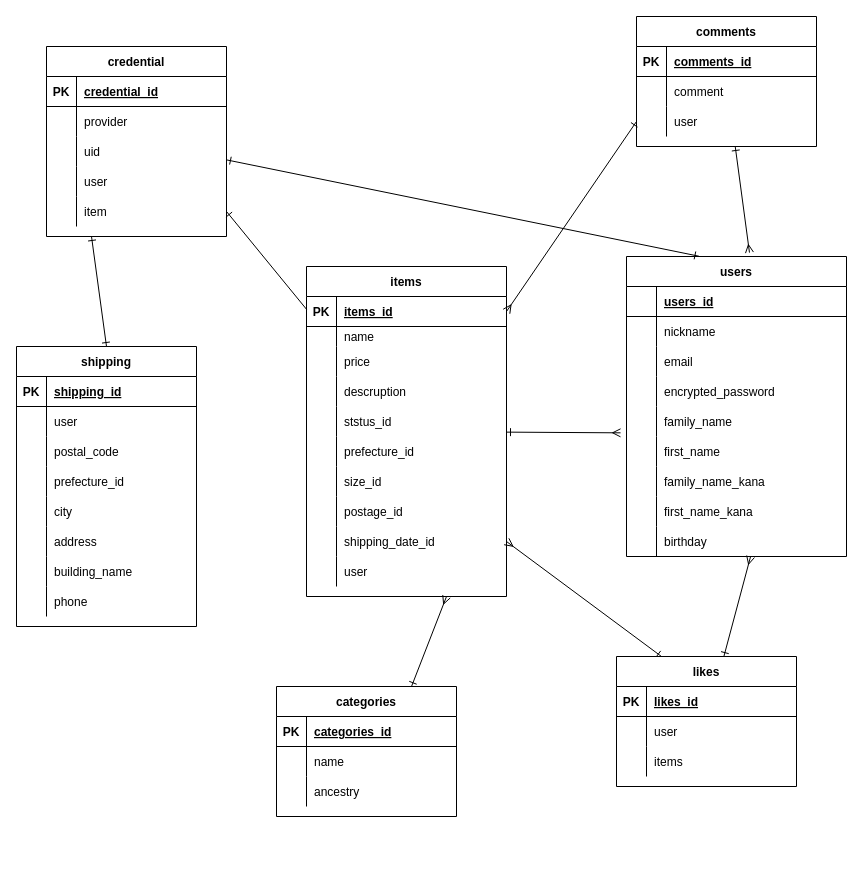
Earlier version of the draw.io diagram se.dio (masyu0039/furima-38560). Source tidied: cells renumbered, new cells numbered last; positions are measured from the earlier drawing's top-left corner, leaving out a move shared by most shapes. Both pictures are drawn from the tidied source at 100%, with x=0, y=0 at pixel (16, 16).
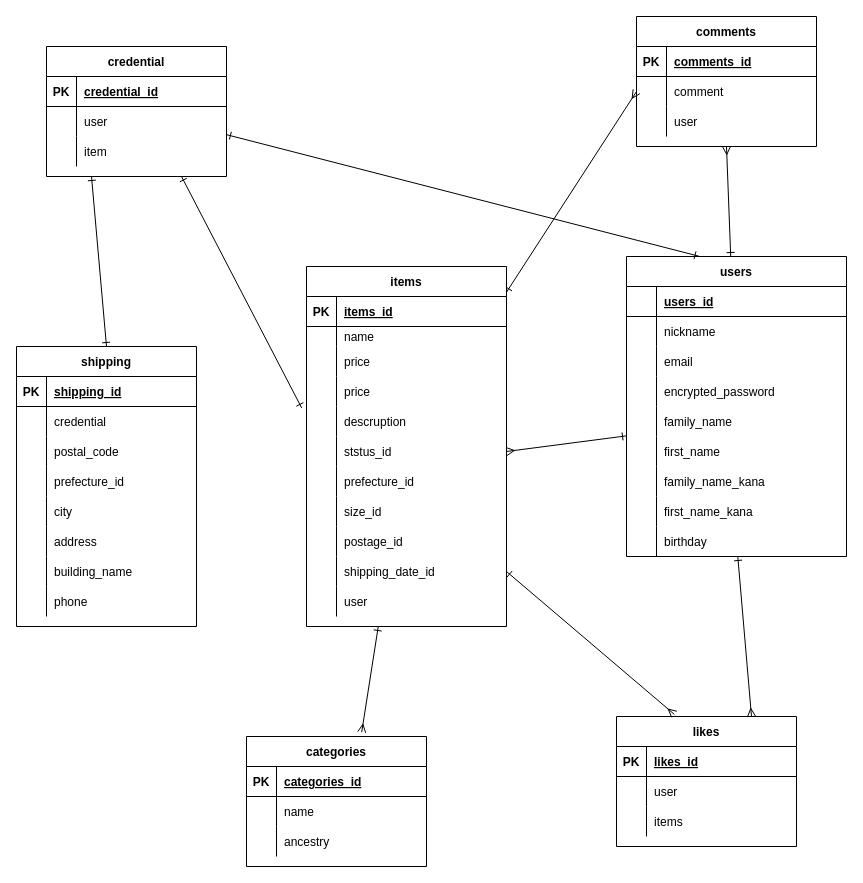
The same diagram, later.

Unchanged cells that the change refers to:
```xml
<mxCell id="2" value="users" style="shape=table;startSize=30;childLayout=tableLayout;rowLines=0;fontStyle=1;align=center;" parent="1" vertex="1">
  <mxGeometry x="610" y="240" width="220" height="300" as="geometry" />
</mxCell>
<mxCell id="15" style="shape=partialRectangle;fillColor=none;top=0;left=0;bottom=0;right=0;points=[[0,0.5],[1,0.5]];portConstraint=eastwest;" parent="2" vertex="1">
  <mxGeometry y="150" width="220" height="30" as="geometry" />
</mxCell>
<mxCell id="27" style="shape=partialRectangle;fillColor=none;top=0;left=0;bottom=0;right=0;points=[[0,0.5],[1,0.5]];portConstraint=eastwest;" parent="2" vertex="1">
  <mxGeometry y="270" width="220" height="30" as="geometry" />
</mxCell>
<mxCell id="34" style="shape=partialRectangle;fillColor=none;top=0;left=0;bottom=0;right=0;" parent="30" vertex="1">
  <mxGeometry y="60" width="180" height="30" as="geometry" />
</mxCell>
<mxCell id="74" value="comments" style="shape=table;startSize=30;childLayout=tableLayout;rowLines=0;fontStyle=1;align=center;" parent="1" vertex="1">
  <mxGeometry x="620" width="180" height="130" as="geometry" />
</mxCell>
<mxCell id="78" style="shape=partialRectangle;fillColor=none;top=0;left=0;bottom=0;right=0;points=[[0,0.5],[1,0.5]];portConstraint=eastwest;" parent="74" vertex="1">
  <mxGeometry y="60" width="180" height="30" as="geometry" />
</mxCell>
<mxCell id="81" style="shape=partialRectangle;fillColor=none;top=0;left=0;bottom=0;right=0;points=[[0,0.5],[1,0.5]];portConstraint=eastwest;" parent="74" vertex="1">
  <mxGeometry y="90" width="180" height="30" as="geometry" />
</mxCell>
<mxCell id="110" style="shape=partialRectangle;fillColor=none;top=0;left=0;bottom=1;right=0;points=[[0,0.5],[1,0.5]];portConstraint=eastwest;" parent="109" vertex="1">
  <mxGeometry y="30" width="200" height="30" as="geometry" />
</mxCell>
```

Change to the diagram source:
```diff
@@
+    <mxCell id="141" style="edgeStyle=none;html=1;entryX=0.5;entryY=1;entryDx=0;entryDy=0;startArrow=ERone;startFill=0;endArrow=ERmany;endFill=0;" parent="1" edge="1" source="2" target="74">
+      <mxGeometry relative="1" as="geometry" />
+    </mxCell>
@@
-    <mxCell id="36" value="user" style="shape=partialRectangle;fillColor=none;top=0;left=0;bottom=0;right=0;align=left;spacingLeft=6;overflow=hidden;" parent="34" vertex="1">
+    <mxCell id="36" value="credential" style="shape=partialRectangle;fillColor=none;top=0;left=0;bottom=0;right=0;align=left;spacingLeft=6;overflow=hidden;" parent="34" vertex="1">
       <mxGeometry x="30" width="150" height="30" as="geometry" />
     </mxCell>
@@
+    <mxCell id="142" style="edgeStyle=none;html=1;exitX=0.75;exitY=1;exitDx=0;exitDy=0;entryX=-0.024;entryY=0.049;entryDx=0;entryDy=0;entryPerimeter=0;startArrow=ERone;startFill=0;endArrow=ERone;endFill=0;" parent="1" edge="1" source="57" target="119">
+      <mxGeometry relative="1" as="geometry" />
+    </mxCell>
     <mxCell id="57" value="credential" style="shape=table;startSize=30;childLayout=tableLayout;rowLines=0;fontStyle=1;align=center;" parent="1" vertex="1">
-      <mxGeometry x="30" y="30" width="180" height="190" as="geometry" />
+      <mxGeometry x="30" y="30" width="180" height="130" as="geometry" />
     </mxCell>
@@
-    <mxCell id="61" style="shape=partialRectangle;fillColor=none;top=0;left=0;bottom=0;right=0;" parent="57" vertex="1">
-      <mxGeometry y="60" width="180" height="30" as="geometry" />
-    </mxCell>
-    <mxCell id="62" style="shape=partialRectangle;fillColor=none;top=0;left=0;bottom=0;right=0;overflow=hidden;" parent="61" vertex="1">
-      <mxGeometry width="30" height="30" as="geometry" />
-    </mxCell>
-    <mxCell id="63" value="provider" style="shape=partialRectangle;fillColor=none;top=0;left=0;bottom=0;right=0;align=left;spacingLeft=6;overflow=hidden;" parent="61" vertex="1">
-      <mxGeometry x="30" width="150" height="30" as="geometry" />
-    </mxCell>
-    <mxCell id="64" style="shape=partialRectangle;fillColor=none;top=0;left=0;bottom=0;right=0;" parent="57" vertex="1">
-      <mxGeometry y="90" width="180" height="30" as="geometry" />
-    </mxCell>
-    <mxCell id="65" style="shape=partialRectangle;fillColor=none;top=0;left=0;bottom=0;right=0;overflow=hidden;" parent="64" vertex="1">
-      <mxGeometry width="30" height="30" as="geometry" />
-    </mxCell>
-    <mxCell id="66" value="uid" style="shape=partialRectangle;fillColor=none;top=0;left=0;bottom=0;right=0;align=left;spacingLeft=6;overflow=hidden;" parent="64" vertex="1">
-      <mxGeometry x="30" width="150" height="30" as="geometry" />
-    </mxCell>
     <mxCell id="67" style="shape=partialRectangle;fillColor=none;top=0;left=0;bottom=0;right=0;" parent="57" vertex="1">
-      <mxGeometry y="120" width="180" height="30" as="geometry" />
+      <mxGeometry y="60" width="180" height="30" as="geometry" />
     </mxCell>
@@
     <mxCell id="70" style="shape=partialRectangle;fillColor=none;top=0;left=0;bottom=0;right=0;points=[[0,0.5],[1,0.5]];portConstraint=eastwest;" parent="57" vertex="1">
-      <mxGeometry y="150" width="180" height="30" as="geometry" />
+      <mxGeometry y="90" width="180" height="30" as="geometry" />
     </mxCell>
@@
-    <mxCell id="73" style="edgeStyle=none;html=1;entryX=0.559;entryY=-0.013;entryDx=0;entryDy=0;entryPerimeter=0;startArrow=ERone;startFill=0;endArrow=ERmany;endFill=0;" parent="1" edge="1" source="74" target="2">
-      <mxGeometry relative="1" as="geometry" />
-    </mxCell>
@@
-    <mxCell id="84" style="edgeStyle=none;html=1;entryX=0.564;entryY=1;entryDx=0;entryDy=0;entryPerimeter=0;startArrow=ERone;startFill=0;endArrow=ERmany;endFill=0;" parent="1" edge="1" source="86" target="27">
-      <mxGeometry relative="1" as="geometry" />
-    </mxCell>
-    <mxCell id="85" style="edgeStyle=none;html=1;exitX=0.25;exitY=0;exitDx=0;exitDy=0;entryX=1;entryY=0.5;entryDx=0;entryDy=0;startArrow=ERone;startFill=0;endArrow=ERmany;endFill=0;" parent="1" edge="1" source="86" target="134">
-      <mxGeometry relative="1" as="geometry" />
-    </mxCell>
     <mxCell id="86" value="likes" style="shape=table;startSize=30;childLayout=tableLayout;rowLines=0;fontStyle=1;align=center;" parent="1" vertex="1">
-      <mxGeometry x="600" y="640" width="180" height="130" as="geometry" />
+      <mxGeometry x="600" y="700" width="180" height="130" as="geometry" />
     </mxCell>
@@
-    <mxCell id="96" style="edgeStyle=none;html=1;exitX=0.75;exitY=0;exitDx=0;exitDy=0;startArrow=ERone;startFill=0;endArrow=ERmany;endFill=0;" parent="1" edge="1" source="97">
-      <mxGeometry relative="1" as="geometry">
-        <mxPoint x="430" y="580" as="targetPoint" />
-      </mxGeometry>
-    </mxCell>
     <mxCell id="97" value="categories" style="shape=table;startSize=30;childLayout=tableLayout;rowLines=0;fontStyle=1;align=center;" parent="1" vertex="1">
-      <mxGeometry x="260" y="670" width="180" height="130" as="geometry" />
+      <mxGeometry x="230" y="720" width="180" height="130" as="geometry" />
     </mxCell>
@@
-    <mxCell id="107" style="edgeStyle=none;html=1;exitX=0;exitY=0.5;exitDx=0;exitDy=0;entryX=1;entryY=0.5;entryDx=0;entryDy=0;startArrow=ERone;startFill=0;endArrow=ERmany;endFill=0;" parent="1" edge="1" source="81" target="110">
-      <mxGeometry relative="1" as="geometry" />
-    </mxCell>
-    <mxCell id="108" style="edgeStyle=none;html=1;entryX=-0.027;entryY=0.878;entryDx=0;entryDy=0;entryPerimeter=0;startArrow=ERone;startFill=0;endArrow=ERmany;endFill=0;" parent="1" edge="1" source="109" target="15">
-      <mxGeometry relative="1" as="geometry" />
-    </mxCell>
+    <mxCell id="143" style="edgeStyle=none;html=1;entryX=0.64;entryY=-0.033;entryDx=0;entryDy=0;entryPerimeter=0;startArrow=ERone;startFill=0;endArrow=ERmany;endFill=0;" parent="1" edge="1" source="109" target="97">
+      <mxGeometry relative="1" as="geometry" />
+    </mxCell>
+    <mxCell id="144" style="edgeStyle=none;html=1;entryX=0;entryY=0.5;entryDx=0;entryDy=0;startArrow=ERone;startFill=0;endArrow=ERmany;endFill=0;" parent="1" edge="1" source="109" target="78">
+      <mxGeometry relative="1" as="geometry" />
+    </mxCell>
     <mxCell id="109" value="items" style="shape=table;startSize=30;childLayout=tableLayout;rowLines=0;fontStyle=1;align=center;" parent="1" vertex="1">
-      <mxGeometry x="290" y="250" width="200" height="330" as="geometry" />
+      <mxGeometry x="290" y="250" width="200" height="360" as="geometry" />
     </mxCell>
@@
+    <mxCell id="145" style="shape=partialRectangle;fillColor=none;top=0;left=0;bottom=0;right=0;" parent="109" vertex="1">
+      <mxGeometry y="110" width="200" height="30" as="geometry" />
+    </mxCell>
+    <mxCell id="146" style="shape=partialRectangle;fillColor=none;top=0;left=0;bottom=0;right=0;overflow=hidden;" parent="145" vertex="1">
+      <mxGeometry width="30" height="30" as="geometry" />
+    </mxCell>
+    <mxCell id="147" value="price" style="shape=partialRectangle;fillColor=none;top=0;left=0;bottom=0;right=0;align=left;spacingLeft=6;overflow=hidden;" parent="145" vertex="1">
+      <mxGeometry x="30" width="170" height="30" as="geometry" />
+    </mxCell>
     <mxCell id="119" style="shape=partialRectangle;fillColor=none;top=0;left=0;bottom=0;right=0;points=[[0,0.5],[1,0.5]];portConstraint=eastwest;" parent="109" vertex="1">
-      <mxGeometry y="110" width="200" height="30" as="geometry" />
+      <mxGeometry y="140" width="200" height="30" as="geometry" />
     </mxCell>
@@
     <mxCell id="122" style="shape=partialRectangle;fillColor=none;top=0;left=0;bottom=0;right=0;points=[[0,0.5],[1,0.5]];portConstraint=eastwest;" parent="109" vertex="1">
-      <mxGeometry y="140" width="200" height="30" as="geometry" />
+      <mxGeometry y="170" width="200" height="30" as="geometry" />
     </mxCell>
@@
     <mxCell id="125" style="shape=partialRectangle;fillColor=none;top=0;left=0;bottom=0;right=0;" parent="109" vertex="1">
-      <mxGeometry y="170" width="200" height="30" as="geometry" />
+      <mxGeometry y="200" width="200" height="30" as="geometry" />
     </mxCell>
@@
     <mxCell id="128" style="shape=partialRectangle;fillColor=none;top=0;left=0;bottom=0;right=0;" parent="109" vertex="1">
-      <mxGeometry y="200" width="200" height="30" as="geometry" />
+      <mxGeometry y="230" width="200" height="30" as="geometry" />
     </mxCell>
@@
     <mxCell id="131" style="shape=partialRectangle;fillColor=none;top=0;left=0;bottom=0;right=0;" parent="109" vertex="1">
-      <mxGeometry y="230" width="200" height="30" as="geometry" />
+      <mxGeometry y="260" width="200" height="30" as="geometry" />
     </mxCell>
@@
     <mxCell id="134" style="shape=partialRectangle;fillColor=none;top=0;left=0;bottom=0;right=0;points=[[0,0.5],[1,0.5]];portConstraint=eastwest;" parent="109" vertex="1">
-      <mxGeometry y="260" width="200" height="30" as="geometry" />
+      <mxGeometry y="290" width="200" height="30" as="geometry" />
     </mxCell>
@@
     <mxCell id="137" style="shape=partialRectangle;fillColor=none;top=0;left=0;bottom=0;right=0;" parent="109" vertex="1">
-      <mxGeometry y="290" width="200" height="30" as="geometry" />
+      <mxGeometry y="320" width="200" height="30" as="geometry" />
     </mxCell>
@@
-    <mxCell id="140" style="edgeStyle=none;html=1;exitX=1;exitY=0.5;exitDx=0;exitDy=0;startArrow=ERone;startFill=0;endArrow=none;endFill=0;" parent="1" edge="1" source="70" target="109">
-      <mxGeometry relative="1" as="geometry" />
-    </mxCell>
+    <mxCell id="148" style="edgeStyle=none;html=1;entryX=1;entryY=0.5;entryDx=0;entryDy=0;startArrow=ERone;startFill=0;endArrow=ERmany;endFill=0;" parent="1" edge="1" source="15" target="122">
+      <mxGeometry relative="1" as="geometry" />
+    </mxCell>
+    <mxCell id="149" style="edgeStyle=none;html=1;exitX=1;exitY=0.5;exitDx=0;exitDy=0;entryX=0.321;entryY=-0.017;entryDx=0;entryDy=0;entryPerimeter=0;startArrow=ERone;startFill=0;endArrow=ERmany;endFill=0;" parent="1" edge="1" source="134" target="86">
+      <mxGeometry relative="1" as="geometry" />
+    </mxCell>
+    <mxCell id="150" style="edgeStyle=none;html=1;entryX=0.75;entryY=0;entryDx=0;entryDy=0;startArrow=ERone;startFill=0;endArrow=ERmany;endFill=0;" parent="1" edge="1" source="27" target="86">
+      <mxGeometry relative="1" as="geometry" />
+    </mxCell>
```
